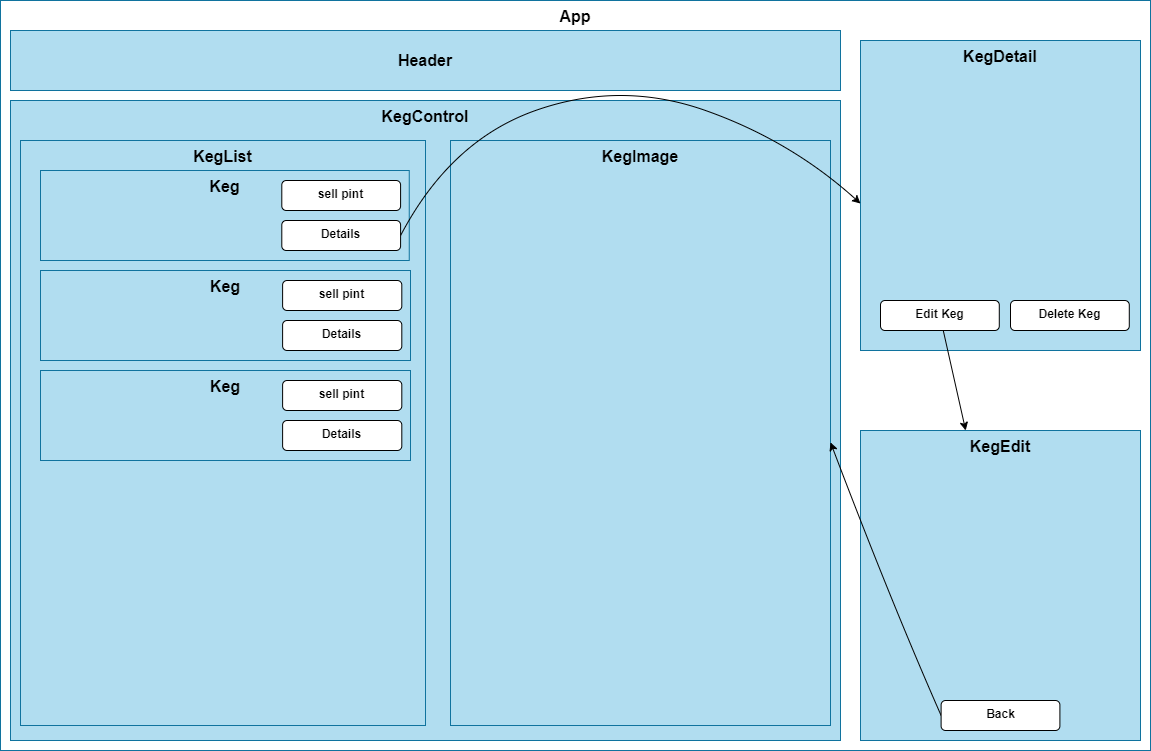
This is diagram.png from benjaminw1030/tap-room, a draw.io export, as it was before one commit. Source tidied: cells renumbered, new cells last; positions are measured from the earlier drawing's top-left corner, leaving out a move shared by most shapes.
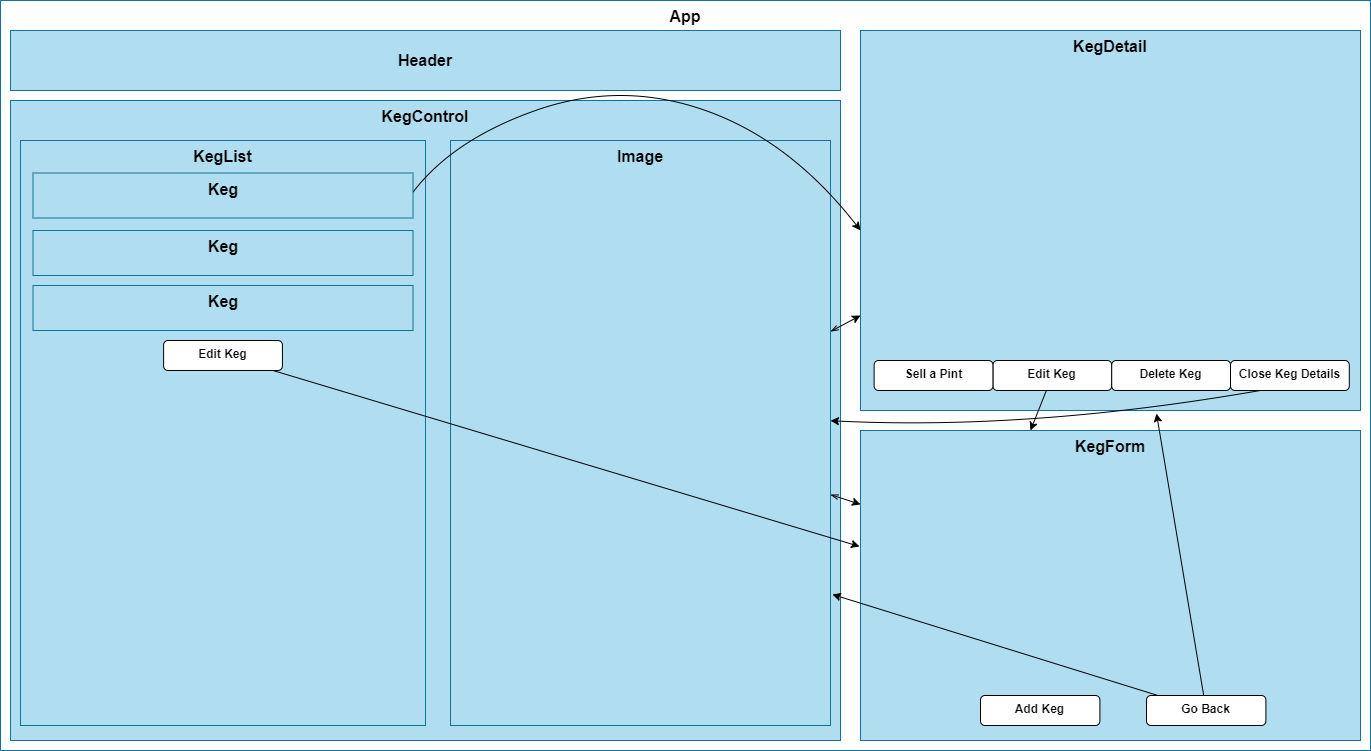
Above is the later version.

Change to the diagram source:
```diff
@@ -3,7 +3,7 @@
     <mxCell id="0" />
     <mxCell id="1" parent="0" />
     <mxCell id="2" value="&lt;font color=&quot;#000000&quot;&gt;&lt;b&gt;&lt;font style=&quot;font-size: 16px&quot;&gt;App&lt;/font&gt;&lt;/b&gt;&lt;br&gt;&lt;/font&gt;" style="rounded=0;whiteSpace=wrap;html=1;strokeColor=#10739e;fillColor=#FFFFFF;verticalAlign=top;" parent="1" vertex="1">
-      <mxGeometry width="1150" height="750" as="geometry" />
+      <mxGeometry width="1370" height="750" as="geometry" />
     </mxCell>
     <mxCell id="3" value="&lt;font color=&quot;#000000&quot; style=&quot;font-size: 16px;&quot;&gt;Header&lt;/font&gt;" style="rounded=0;whiteSpace=wrap;html=1;fillColor=#b1ddf0;strokeColor=#10739e;fontSize=16;fontStyle=1;" parent="1" vertex="1">
       <mxGeometry x="10" y="30" width="830" height="60" as="geometry" />
@@ -11,63 +11,27 @@
     <mxCell id="4" value="&lt;font color=&quot;#000000&quot;&gt;KegControl&lt;/font&gt;" style="rounded=0;whiteSpace=wrap;html=1;fillColor=#b1ddf0;strokeColor=#10739e;fontStyle=1;fontSize=16;verticalAlign=top;" parent="1" vertex="1">
       <mxGeometry x="10" y="100" width="830" height="640" as="geometry" />
     </mxCell>
+    <mxCell id="27" style="edgeStyle=none;curved=1;html=1;strokeColor=#000000;entryX=0;entryY=0.75;entryDx=0;entryDy=0;startArrow=openThin;startFill=0;" parent="1" edge="1" source="5" target="6">
+      <mxGeometry relative="1" as="geometry" />
+    </mxCell>
+    <mxCell id="28" style="edgeStyle=none;curved=1;html=1;startArrow=openThin;startFill=0;strokeColor=#000000;" parent="1" edge="1" source="5" target="7">
+      <mxGeometry relative="1" as="geometry" />
+    </mxCell>
-    <mxCell id="5" value="&lt;font color=&quot;#000000&quot;&gt;KegImage&lt;br&gt;&lt;/font&gt;" style="rounded=0;whiteSpace=wrap;html=1;fillColor=#b1ddf0;strokeColor=#10739e;fontStyle=1;fontSize=16;verticalAlign=top;" parent="1" vertex="1">
+    <mxCell id="5" value="&lt;font color=&quot;#000000&quot;&gt;Image&lt;br&gt;&lt;/font&gt;" style="rounded=0;whiteSpace=wrap;html=1;fillColor=#b1ddf0;strokeColor=#10739e;fontStyle=1;fontSize=16;verticalAlign=top;" parent="1" vertex="1">
       <mxGeometry x="450" y="140" width="380" height="585" as="geometry" />
     </mxCell>
     <mxCell id="6" value="&lt;font color=&quot;#000000&quot;&gt;KegDetail&lt;br&gt;&lt;/font&gt;" style="rounded=0;whiteSpace=wrap;html=1;fillColor=#b1ddf0;strokeColor=#10739e;fontStyle=1;fontSize=16;verticalAlign=top;" parent="1" vertex="1">
-      <mxGeometry x="860" y="40" width="280" height="310" as="geometry" />
+      <mxGeometry x="860" y="30" width="500" height="380" as="geometry" />
     </mxCell>
-    <mxCell id="7" value="&lt;font color=&quot;#000000&quot;&gt;KegEdit&lt;br&gt;&lt;/font&gt;" style="rounded=0;whiteSpace=wrap;html=1;fillColor=#b1ddf0;strokeColor=#10739e;fontStyle=1;fontSize=16;verticalAlign=top;" parent="1" vertex="1">
-      <mxGeometry x="860" y="430" width="280" height="310" as="geometry" />
+    <mxCell id="7" value="&lt;font color=&quot;#000000&quot;&gt;KegForm&lt;br&gt;&lt;/font&gt;" style="rounded=0;whiteSpace=wrap;html=1;fillColor=#b1ddf0;strokeColor=#10739e;fontStyle=1;fontSize=16;verticalAlign=top;" parent="1" vertex="1">
+      <mxGeometry x="860" y="430" width="500" height="310" as="geometry" />
     </mxCell>
-    <mxCell id="8" style="edgeStyle=none;curved=1;sketch=0;jumpStyle=arc;html=1;fontSize=12;fontColor=#000000;startArrow=none;startFill=0;strokeColor=#000000;entryX=1;entryY=0.516;entryDx=0;entryDy=0;entryPerimeter=0;endArrow=classic;endFill=1;exitX=0;exitY=0.5;exitDx=0;exitDy=0;" parent="1" edge="1" source="26" target="5">
-      <mxGeometry relative="1" as="geometry">
-        <Array as="points">
-          <mxPoint x="890" y="600" />
-        </Array>
-      </mxGeometry>
-    </mxCell>
     <mxCell id="9" value="&lt;font color=&quot;#000000&quot;&gt;KegList&lt;br&gt;&lt;/font&gt;" style="rounded=0;whiteSpace=wrap;html=1;fillColor=#b1ddf0;strokeColor=#10739e;fontStyle=1;fontSize=16;verticalAlign=top;" parent="1" vertex="1">
       <mxGeometry x="20" y="140" width="405" height="585" as="geometry" />
     </mxCell>
-    <mxCell id="10" style="group;" parent="1" vertex="1">
-      <mxGeometry x="40" y="170" width="368.8" height="90" as="geometry" />
-    </mxCell>
-    <mxCell id="11" value="&lt;font color=&quot;#000000&quot;&gt;Keg&lt;br&gt;&lt;/font&gt;" style="rounded=0;whiteSpace=wrap;html=1;fillColor=#b1ddf0;strokeColor=#10739e;fontStyle=1;fontSize=16;verticalAlign=top;" parent="10" vertex="1">
-      <mxGeometry width="368.8" height="90" as="geometry" />
-    </mxCell>
-    <mxCell id="12" value="sell pint" style="rounded=1;whiteSpace=wrap;html=1;fontSize=12;fillColor=#FFFFFF;verticalAlign=top;fontStyle=1;fontColor=#000000;" parent="10" vertex="1">
-      <mxGeometry x="241.3" y="10" width="118.8" height="30" as="geometry" />
-    </mxCell>
-    <mxCell id="13" value="Details" style="rounded=1;whiteSpace=wrap;html=1;fontSize=12;fillColor=#FFFFFF;verticalAlign=top;fontStyle=1;fontColor=#000000;" parent="10" vertex="1">
-      <mxGeometry x="241.3" y="50" width="118.8" height="30" as="geometry" />
-    </mxCell>
-    <mxCell id="14" style="group;" parent="1" vertex="1">
-      <mxGeometry x="40" y="270" width="370" height="90" as="geometry" />
-    </mxCell>
-    <mxCell id="15" value="&lt;font color=&quot;#000000&quot;&gt;Keg&lt;br&gt;&lt;/font&gt;" style="rounded=0;whiteSpace=wrap;html=1;fillColor=#b1ddf0;strokeColor=#10739e;fontStyle=1;fontSize=16;verticalAlign=top;" parent="14" vertex="1">
-      <mxGeometry width="370" height="90" as="geometry" />
-    </mxCell>
-    <mxCell id="16" value="sell pint" style="rounded=1;whiteSpace=wrap;html=1;fontSize=12;fillColor=#FFFFFF;verticalAlign=top;fontStyle=1;fontColor=#000000;" parent="14" vertex="1">
-      <mxGeometry x="242.1" y="10" width="119.2" height="30" as="geometry" />
-    </mxCell>
-    <mxCell id="17" value="Details" style="rounded=1;whiteSpace=wrap;html=1;fontSize=12;fillColor=#FFFFFF;verticalAlign=top;fontStyle=1;fontColor=#000000;" parent="14" vertex="1">
-      <mxGeometry x="242.1" y="50" width="119.2" height="30" as="geometry" />
-    </mxCell>
-    <mxCell id="18" style="group;" parent="1" vertex="1">
-      <mxGeometry x="40" y="370" width="370" height="90" as="geometry" />
-    </mxCell>
-    <mxCell id="19" value="&lt;font color=&quot;#000000&quot;&gt;Keg&lt;br&gt;&lt;/font&gt;" style="rounded=0;whiteSpace=wrap;html=1;fillColor=#b1ddf0;strokeColor=#10739e;fontStyle=1;fontSize=16;verticalAlign=top;" parent="18" vertex="1">
-      <mxGeometry width="370" height="90" as="geometry" />
-    </mxCell>
-    <mxCell id="20" value="sell pint" style="rounded=1;whiteSpace=wrap;html=1;fontSize=12;fillColor=#FFFFFF;verticalAlign=top;fontStyle=1;fontColor=#000000;" parent="18" vertex="1">
-      <mxGeometry x="242.1" y="10" width="119.2" height="30" as="geometry" />
-    </mxCell>
-    <mxCell id="21" value="Details" style="rounded=1;whiteSpace=wrap;html=1;fontSize=12;fillColor=#FFFFFF;verticalAlign=top;fontStyle=1;fontColor=#000000;" parent="18" vertex="1">
-      <mxGeometry x="242.1" y="50" width="119.2" height="30" as="geometry" />
-    </mxCell>
-    <mxCell id="22" style="edgeStyle=none;jumpStyle=arc;html=1;fontSize=12;fontColor=#000000;startArrow=none;startFill=0;strokeColor=#000000;entryX=0;entryY=0.526;entryDx=0;entryDy=0;entryPerimeter=0;exitX=1;exitY=0.5;exitDx=0;exitDy=0;sketch=0;curved=1;" parent="1" edge="1" source="13" target="6">
+    <mxCell id="22" style="edgeStyle=none;jumpStyle=arc;html=1;fontSize=12;fontColor=#000000;startArrow=none;startFill=0;strokeColor=#000000;entryX=0;entryY=0.526;entryDx=0;entryDy=0;entryPerimeter=0;sketch=0;curved=1;" parent="1" edge="1" target="6">
       <mxGeometry relative="1" as="geometry">
+        <mxPoint x="410" y="195" as="sourcePoint" />
         <Array as="points">
           <mxPoint x="450" y="140" />
           <mxPoint x="620" y="80" />
@@ -75,17 +39,56 @@
         </Array>
       </mxGeometry>
     </mxCell>
-    <mxCell id="23" style="edgeStyle=none;curved=1;sketch=0;jumpStyle=arc;html=1;fontSize=12;fontColor=#000000;startArrow=none;startFill=0;endArrow=classic;endFill=1;strokeColor=#000000;" parent="1" edge="1" source="24" target="7">
-      <mxGeometry relative="1" as="geometry" />
+    <mxCell id="23" style="edgeStyle=none;curved=1;sketch=0;jumpStyle=arc;html=1;fontSize=12;fontColor=#000000;startArrow=none;startFill=0;endArrow=classic;endFill=1;strokeColor=#000000;" parent="1" edge="1" source="24">
+      <mxGeometry relative="1" as="geometry">
+        <mxPoint x="1030" y="430" as="targetPoint" />
+      </mxGeometry>
     </mxCell>
     <mxCell id="24" value="Edit Keg" style="rounded=1;whiteSpace=wrap;html=1;fontSize=12;fillColor=#FFFFFF;verticalAlign=top;fontStyle=1;fontColor=#000000;" parent="1" vertex="1">
-      <mxGeometry x="880" y="300" width="118.8" height="30" as="geometry" />
+      <mxGeometry x="992.4" y="360" width="118.8" height="30" as="geometry" />
     </mxCell>
     <mxCell id="25" value="Delete Keg" style="rounded=1;whiteSpace=wrap;html=1;fontSize=12;fillColor=#FFFFFF;verticalAlign=top;fontStyle=1;fontColor=#000000;" parent="1" vertex="1">
-      <mxGeometry x="1010" y="300" width="118.8" height="30" as="geometry" />
+      <mxGeometry x="1111.2" y="360" width="118.8" height="30" as="geometry" />
     </mxCell>
+    <mxCell id="8" style="edgeStyle=none;html=1;strokeColor=#000000;entryX=1.005;entryY=0.776;entryDx=0;entryDy=0;entryPerimeter=0;" parent="1" edge="1" source="26" target="5">
+      <mxGeometry relative="1" as="geometry" />
+    </mxCell>
+    <mxCell id="29" style="edgeStyle=none;html=1;strokeColor=#000000;entryX=0.592;entryY=1.008;entryDx=0;entryDy=0;entryPerimeter=0;" parent="1" edge="1" source="26" target="6">
+      <mxGeometry relative="1" as="geometry" />
+    </mxCell>
-    <mxCell id="26" value="Back" style="rounded=1;whiteSpace=wrap;html=1;fontSize=12;fillColor=#FFFFFF;verticalAlign=top;fontStyle=1;fontColor=#000000;" parent="1" vertex="1">
-      <mxGeometry x="940.6" y="700" width="118.8" height="30" as="geometry" />
+    <mxCell id="26" value="Go Back" style="rounded=1;whiteSpace=wrap;html=1;fontSize=12;fillColor=#FFFFFF;verticalAlign=top;fontStyle=1;fontColor=#000000;" parent="1" vertex="1">
+      <mxGeometry x="1146" y="695" width="119.4" height="30" as="geometry" />
     </mxCell>
+    <mxCell id="30" value="&lt;font color=&quot;#000000&quot;&gt;Keg&lt;br&gt;&lt;/font&gt;" style="rounded=0;whiteSpace=wrap;html=1;fillColor=#b1ddf0;strokeColor=#10739e;fontStyle=1;fontSize=16;verticalAlign=top;" parent="1" vertex="1">
+      <mxGeometry x="32.5" y="172.5" width="380" height="45" as="geometry" />
+    </mxCell>
+    <mxCell id="31" value="&lt;font color=&quot;#000000&quot;&gt;Keg&lt;br&gt;&lt;/font&gt;" style="rounded=0;whiteSpace=wrap;html=1;fillColor=#b1ddf0;strokeColor=#10739e;fontStyle=1;fontSize=16;verticalAlign=top;" parent="1" vertex="1">
+      <mxGeometry x="32.5" y="285" width="380" height="45" as="geometry" />
+    </mxCell>
+    <mxCell id="32" value="&lt;font color=&quot;#000000&quot;&gt;Keg&lt;br&gt;&lt;/font&gt;" style="rounded=0;whiteSpace=wrap;html=1;fillColor=#b1ddf0;strokeColor=#10739e;fontStyle=1;fontSize=16;verticalAlign=top;" parent="1" vertex="1">
+      <mxGeometry x="32.5" y="230" width="380" height="45" as="geometry" />
+    </mxCell>
+    <mxCell id="33" style="edgeStyle=none;html=1;strokeColor=#000000;entryX=-0.002;entryY=0.374;entryDx=0;entryDy=0;entryPerimeter=0;" parent="1" edge="1" source="34" target="7">
+      <mxGeometry relative="1" as="geometry" />
+    </mxCell>
+    <mxCell id="34" value="Edit Keg" style="rounded=1;whiteSpace=wrap;html=1;fontSize=12;fillColor=#FFFFFF;verticalAlign=top;fontStyle=1;fontColor=#000000;" parent="1" vertex="1">
+      <mxGeometry x="163.1" y="340" width="118.8" height="30" as="geometry" />
+    </mxCell>
+    <mxCell id="35" style="edgeStyle=none;html=1;strokeColor=#000000;curved=1;exitX=0.25;exitY=1;exitDx=0;exitDy=0;entryX=1;entryY=0.479;entryDx=0;entryDy=0;entryPerimeter=0;" parent="1" edge="1" source="36" target="5">
+      <mxGeometry relative="1" as="geometry">
+        <Array as="points">
+          <mxPoint x="1030" y="430" />
+        </Array>
+      </mxGeometry>
+    </mxCell>
+    <mxCell id="36" value="Close Keg Details" style="rounded=1;whiteSpace=wrap;html=1;fontSize=12;fillColor=#FFFFFF;verticalAlign=top;fontStyle=1;fontColor=#000000;" parent="1" vertex="1">
+      <mxGeometry x="1230" y="360" width="118.8" height="30" as="geometry" />
+    </mxCell>
+    <mxCell id="37" value="Sell a Pint" style="rounded=1;whiteSpace=wrap;html=1;fontSize=12;fillColor=#FFFFFF;verticalAlign=top;fontStyle=1;fontColor=#000000;" parent="1" vertex="1">
+      <mxGeometry x="873.6" y="360" width="118.8" height="30" as="geometry" />
+    </mxCell>
+    <mxCell id="38" value="Add Keg" style="rounded=1;whiteSpace=wrap;html=1;fontSize=12;fillColor=#FFFFFF;verticalAlign=top;fontStyle=1;fontColor=#000000;" parent="1" vertex="1">
+      <mxGeometry x="980" y="695" width="119.4" height="30" as="geometry" />
+    </mxCell>
   </root>
 </mxGraphModel>
```
